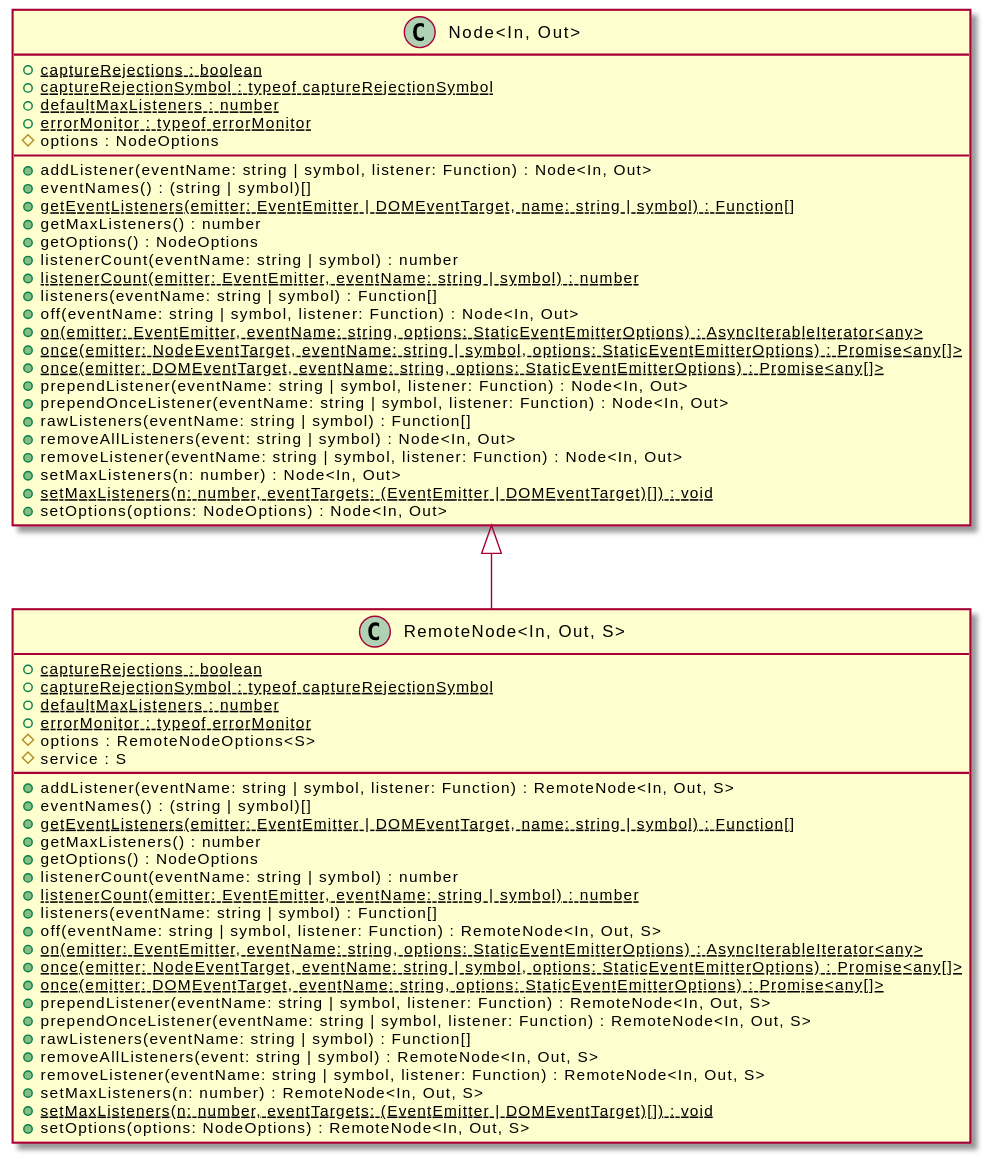
The PlantUML diagram assets/RemoteNode-umlClassDiagram-15674.svg in OpenHPS/openhps-core, before a commit.
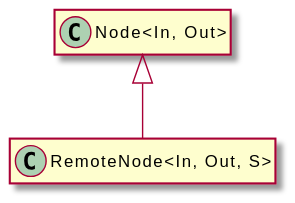
After the change.

The edit, as a diff of the source:
```diff
@@ -3,59 +3,8 @@
 hide empty methods
 hide empty fields
 class "RemoteNode<In, Out, S>" {
-    {static} +captureRejections : boolean
-    {static} +captureRejectionSymbol : typeof captureRejectionSymbol
-    {static} +defaultMaxListeners : number
-    {static} +errorMonitor : typeof errorMonitor
-    #options : RemoteNodeOptions<S>
-    #service : S
-    +addListener(eventName: string | symbol, listener: Function) : RemoteNode<In, Out, S>
-    +eventNames() : (string | symbol)[]
-    {static} +getEventListeners(emitter: EventEmitter | DOMEventTarget, name: string | symbol) : Function[]
-    +getMaxListeners() : number
-    +getOptions() : NodeOptions
-    +listenerCount(eventName: string | symbol) : number
-    {static} +listenerCount(emitter: EventEmitter, eventName: string | symbol) : number
-    +listeners(eventName: string | symbol) : Function[]
-    +off(eventName: string | symbol, listener: Function) : RemoteNode<In, Out, S>
-    {static} +on(emitter: EventEmitter, eventName: string, options: StaticEventEmitterOptions) : AsyncIterableIterator<any>
-    {static} +once(emitter: NodeEventTarget, eventName: string | symbol, options: StaticEventEmitterOptions) : Promise<any[]>
-    {static} +once(emitter: DOMEventTarget, eventName: string, options: StaticEventEmitterOptions) : Promise<any[]>
-    +prependListener(eventName: string | symbol, listener: Function) : RemoteNode<In, Out, S>
-    +prependOnceListener(eventName: string | symbol, listener: Function) : RemoteNode<In, Out, S>
-    +rawListeners(eventName: string | symbol) : Function[]
-    +removeAllListeners(event: string | symbol) : RemoteNode<In, Out, S>
-    +removeListener(eventName: string | symbol, listener: Function) : RemoteNode<In, Out, S>
-    +setMaxListeners(n: number) : RemoteNode<In, Out, S>
-    {static} +setMaxListeners(n: number, eventTargets: (EventEmitter | DOMEventTarget)[]) : void
-    +setOptions(options: NodeOptions) : RemoteNode<In, Out, S>
 }
 class "Node<In, Out>" {
-    {static} +captureRejections : boolean
-    {static} +captureRejectionSymbol : typeof captureRejectionSymbol
-    {static} +defaultMaxListeners : number
-    {static} +errorMonitor : typeof errorMonitor
-    #options : NodeOptions
-    +addListener(eventName: string | symbol, listener: Function) : Node<In, Out>
-    +eventNames() : (string | symbol)[]
-    {static} +getEventListeners(emitter: EventEmitter | DOMEventTarget, name: string | symbol) : Function[]
-    +getMaxListeners() : number
-    +getOptions() : NodeOptions
-    +listenerCount(eventName: string | symbol) : number
-    {static} +listenerCount(emitter: EventEmitter, eventName: string | symbol) : number
-    +listeners(eventName: string | symbol) : Function[]
-    +off(eventName: string | symbol, listener: Function) : Node<In, Out>
-    {static} +on(emitter: EventEmitter, eventName: string, options: StaticEventEmitterOptions) : AsyncIterableIterator<any>
-    {static} +once(emitter: NodeEventTarget, eventName: string | symbol, options: StaticEventEmitterOptions) : Promise<any[]>
-    {static} +once(emitter: DOMEventTarget, eventName: string, options: StaticEventEmitterOptions) : Promise<any[]>
-    +prependListener(eventName: string | symbol, listener: Function) : Node<In, Out>
-    +prependOnceListener(eventName: string | symbol, listener: Function) : Node<In, Out>
-    +rawListeners(eventName: string | symbol) : Function[]
-    +removeAllListeners(event: string | symbol) : Node<In, Out>
-    +removeListener(eventName: string | symbol, listener: Function) : Node<In, Out>
-    +setMaxListeners(n: number) : Node<In, Out>
-    {static} +setMaxListeners(n: number, eventTargets: (EventEmitter | DOMEventTarget)[]) : void
-    +setOptions(options: NodeOptions) : Node<In, Out>
 }
 "Node<In, Out>" <|-- "RemoteNode<In, Out, S>"
 @enduml
```
